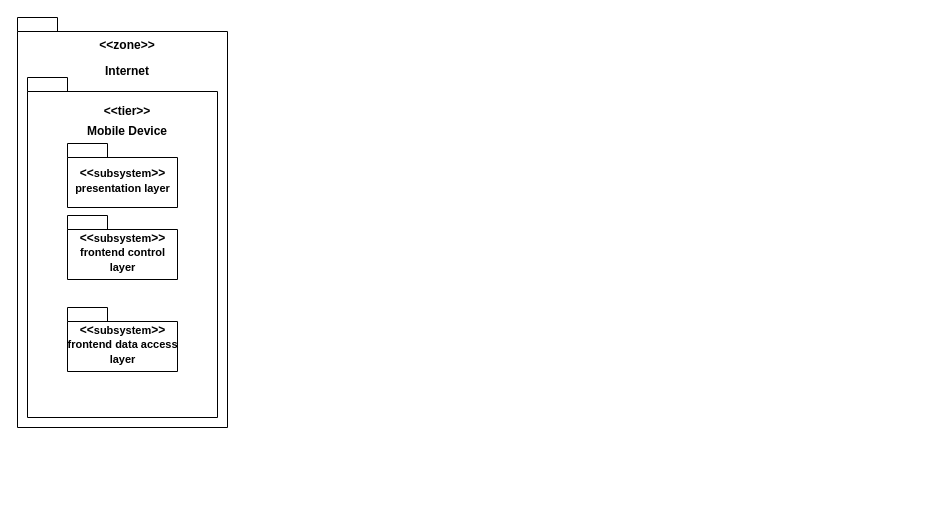
The draw.io diagram page "Page-1" (1 of 3) of Untitled Diagram.drawio in liye000/UsercaseDiagram, before the edit. Source tidied: cells renumbered, new cells numbered last; positions are measured from the earlier drawing's top-left corner, leaving out a move shared by most shapes. Both pictures are drawn from the tidied source at 100%, with x=0, y=0 at pixel (17, 17).
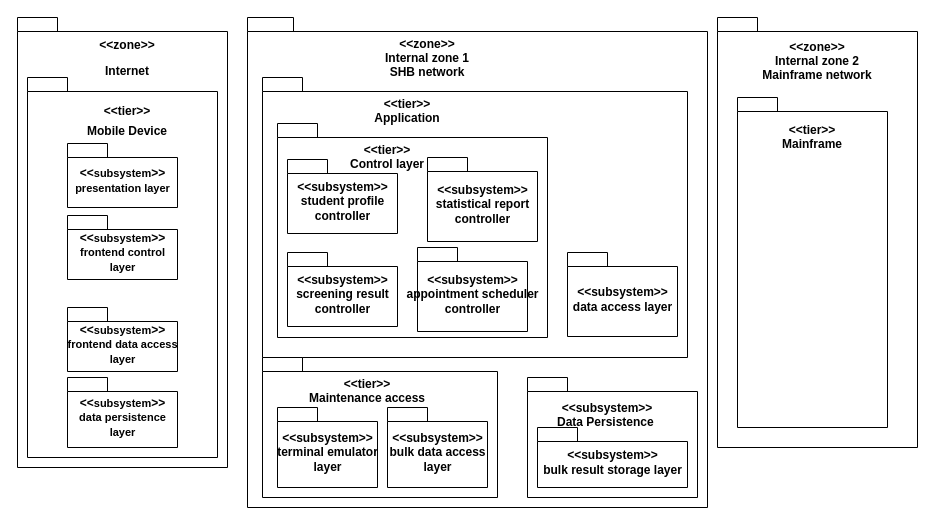
The same diagram, later.

Change to the diagram source:
```diff
@@
     <mxCell id="2" style="shape=folder;fontStyle=1;spacingTop=10;tabWidth=40;tabHeight=14;tabPosition=left;html=1;" parent="1" vertex="1">
-      <mxGeometry width="210" height="410" as="geometry" />
+      <mxGeometry width="210" height="450" as="geometry" />
     </mxCell>
     <mxCell id="3" style="shape=folder;fontStyle=1;spacingTop=10;tabWidth=40;tabHeight=14;tabPosition=left;html=1;" parent="1" vertex="1">
-      <mxGeometry x="10" y="60" width="190" height="340" as="geometry" />
+      <mxGeometry x="10" y="60" width="190" height="380" as="geometry" />
     </mxCell>
@@
+    <mxCell id="11" style="shape=folder;fontStyle=1;spacingTop=10;tabWidth=40;tabHeight=14;tabPosition=left;html=1;" parent="1" vertex="1">
+      <mxGeometry x="230" width="460" height="490" as="geometry" />
+    </mxCell>
+    <mxCell id="12" style="shape=folder;fontStyle=1;spacingTop=10;tabWidth=40;tabHeight=14;tabPosition=left;html=1;" parent="1" vertex="1">
+      <mxGeometry x="245" y="60" width="425" height="280" as="geometry" />
+    </mxCell>
+    <mxCell id="13" value="&lt;&lt;zone&gt;&gt;&#10;Internal zone 1&#10;SHB network&#10;" style="text;align=center;fontStyle=1;verticalAlign=middle;spacingLeft=3;spacingRight=3;strokeColor=none;" parent="1" vertex="1">
+      <mxGeometry x="370" y="34" width="80" height="26" as="geometry" />
+    </mxCell>
+    <mxCell id="14" value="&lt;&lt;tier&gt;&gt;&#10;Application" style="text;align=center;fontStyle=1;verticalAlign=middle;spacingLeft=3;spacingRight=3;strokeColor=none;" parent="1" vertex="1">
+      <mxGeometry x="350" y="80" width="80" height="26" as="geometry" />
+    </mxCell>
+    <mxCell id="15" style="shape=folder;fontStyle=1;spacingTop=10;tabWidth=40;tabHeight=14;tabPosition=left;html=1;" parent="1" vertex="1">
+      <mxGeometry x="260" y="106" width="270" height="214" as="geometry" />
+    </mxCell>
+    <mxCell id="16" value="&amp;lt;&amp;lt;subsystem&amp;gt;&amp;gt;&lt;br&gt;screening result&lt;br&gt;controller" style="shape=folder;fontStyle=1;spacingTop=10;tabWidth=40;tabHeight=14;tabPosition=left;html=1;" parent="1" vertex="1">
+      <mxGeometry x="270" y="235" width="110" height="74" as="geometry" />
+    </mxCell>
+    <mxCell id="17" value="&lt;&lt;tier&gt;&gt;&#10;Control layer" style="text;align=center;fontStyle=1;verticalAlign=middle;spacingLeft=3;spacingRight=3;strokeColor=none;" parent="1" vertex="1">
+      <mxGeometry x="330" y="126" width="80" height="26" as="geometry" />
+    </mxCell>
+    <mxCell id="18" value="&amp;lt;&amp;lt;subsystem&amp;gt;&amp;gt;&lt;br&gt;student profile&lt;br&gt;controller" style="shape=folder;fontStyle=1;spacingTop=10;tabWidth=40;tabHeight=14;tabPosition=left;html=1;" parent="1" vertex="1">
+      <mxGeometry x="270" y="142" width="110" height="74" as="geometry" />
+    </mxCell>
+    <mxCell id="19" value="&amp;lt;&amp;lt;subsystem&amp;gt;&amp;gt;&lt;br&gt;statistical report&lt;br&gt;controller" style="shape=folder;fontStyle=1;spacingTop=10;tabWidth=40;tabHeight=14;tabPosition=left;html=1;" parent="1" vertex="1">
+      <mxGeometry x="410" y="140" width="110" height="84" as="geometry" />
+    </mxCell>
+    <mxCell id="20" value="&amp;lt;&amp;lt;subsystem&amp;gt;&amp;gt;&lt;br&gt;appointment scheduler &lt;br&gt;controller" style="shape=folder;fontStyle=1;spacingTop=10;tabWidth=40;tabHeight=14;tabPosition=left;html=1;" parent="1" vertex="1">
+      <mxGeometry x="400" y="230" width="110" height="84" as="geometry" />
+    </mxCell>
+    <mxCell id="21" value="&amp;lt;&amp;lt;subsystem&amp;gt;&amp;gt;&lt;br&gt;data access layer" style="shape=folder;fontStyle=1;spacingTop=10;tabWidth=40;tabHeight=14;tabPosition=left;html=1;" parent="1" vertex="1">
+      <mxGeometry x="550" y="235" width="110" height="84" as="geometry" />
+    </mxCell>
+    <mxCell id="22" style="shape=folder;fontStyle=1;spacingTop=10;tabWidth=40;tabHeight=14;tabPosition=left;html=1;" parent="1" vertex="1">
+      <mxGeometry x="245" y="340" width="235" height="140" as="geometry" />
+    </mxCell>
+    <mxCell id="23" value="&lt;&lt;tier&gt;&gt;&#10;Maintenance access" style="text;align=center;fontStyle=1;verticalAlign=middle;spacingLeft=3;spacingRight=3;strokeColor=none;" parent="1" vertex="1">
+      <mxGeometry x="310" y="360" width="80" height="26" as="geometry" />
+    </mxCell>
+    <mxCell id="24" value="&amp;lt;&amp;lt;subsystem&amp;gt;&amp;gt;&lt;br&gt;terminal emulator&lt;br&gt;layer" style="shape=folder;fontStyle=1;spacingTop=10;tabWidth=40;tabHeight=14;tabPosition=left;html=1;" parent="1" vertex="1">
+      <mxGeometry x="260" y="390" width="100" height="80" as="geometry" />
+    </mxCell>
+    <mxCell id="25" value="&amp;lt;&amp;lt;subsystem&amp;gt;&amp;gt;&lt;br&gt;bulk data access &lt;br&gt;layer" style="shape=folder;fontStyle=1;spacingTop=10;tabWidth=40;tabHeight=14;tabPosition=left;html=1;" parent="1" vertex="1">
+      <mxGeometry x="370" y="390" width="100" height="80" as="geometry" />
+    </mxCell>
+    <mxCell id="26" style="shape=folder;fontStyle=1;spacingTop=10;tabWidth=40;tabHeight=14;tabPosition=left;html=1;" parent="1" vertex="1">
+      <mxGeometry x="510" y="360" width="170" height="120" as="geometry" />
+    </mxCell>
+    <mxCell id="27" value="&lt;&lt;subsystem&gt;&gt;&#10;Data Persistence " style="text;align=center;fontStyle=1;verticalAlign=middle;spacingLeft=3;spacingRight=3;strokeColor=none;" parent="1" vertex="1">
+      <mxGeometry x="550" y="384" width="80" height="26" as="geometry" />
+    </mxCell>
+    <mxCell id="28" value="&amp;lt;&amp;lt;subsystem&amp;gt;&amp;gt;&lt;br&gt;bulk result storage layer" style="shape=folder;fontStyle=1;spacingTop=10;tabWidth=40;tabHeight=14;tabPosition=left;html=1;" parent="1" vertex="1">
+      <mxGeometry x="520" y="410" width="150" height="60" as="geometry" />
+    </mxCell>
+    <mxCell id="29" style="shape=folder;fontStyle=1;spacingTop=10;tabWidth=40;tabHeight=14;tabPosition=left;html=1;" parent="1" vertex="1">
+      <mxGeometry x="700" width="200" height="430" as="geometry" />
+    </mxCell>
+    <mxCell id="30" value="&lt;&lt;zone&gt;&gt;&#10;Internal zone 2&#10;Mainframe network" style="text;align=center;fontStyle=1;verticalAlign=middle;spacingLeft=3;spacingRight=3;strokeColor=none;" parent="1" vertex="1">
+      <mxGeometry x="760" y="30" width="80" height="26" as="geometry" />
+    </mxCell>
+    <mxCell id="31" style="shape=folder;fontStyle=1;spacingTop=10;tabWidth=40;tabHeight=14;tabPosition=left;html=1;" parent="1" vertex="1">
+      <mxGeometry x="720" y="80" width="150" height="330" as="geometry" />
+    </mxCell>
+    <mxCell id="32" value="&lt;&lt;tier&gt;&gt;&#10;Mainframe" style="text;align=center;fontStyle=1;verticalAlign=middle;spacingLeft=3;spacingRight=3;strokeColor=none;" parent="1" vertex="1">
+      <mxGeometry x="755" y="106" width="80" height="26" as="geometry" />
+    </mxCell>
+    <mxCell id="33" value="&amp;lt;&amp;lt;&lt;font style=&quot;font-size: 11px&quot;&gt;subsystem&lt;/font&gt;&amp;gt;&amp;gt;&lt;br style=&quot;font-size: 11px&quot;&gt;&lt;font style=&quot;font-size: 11px&quot;&gt;data persistence &lt;br&gt;layer&lt;br&gt;&lt;/font&gt;" style="shape=folder;fontStyle=1;spacingTop=10;tabWidth=40;tabHeight=14;tabPosition=left;html=1;" parent="1" vertex="1">
+      <mxGeometry x="50" y="360" width="110" height="70" as="geometry" />
+    </mxCell>
```
